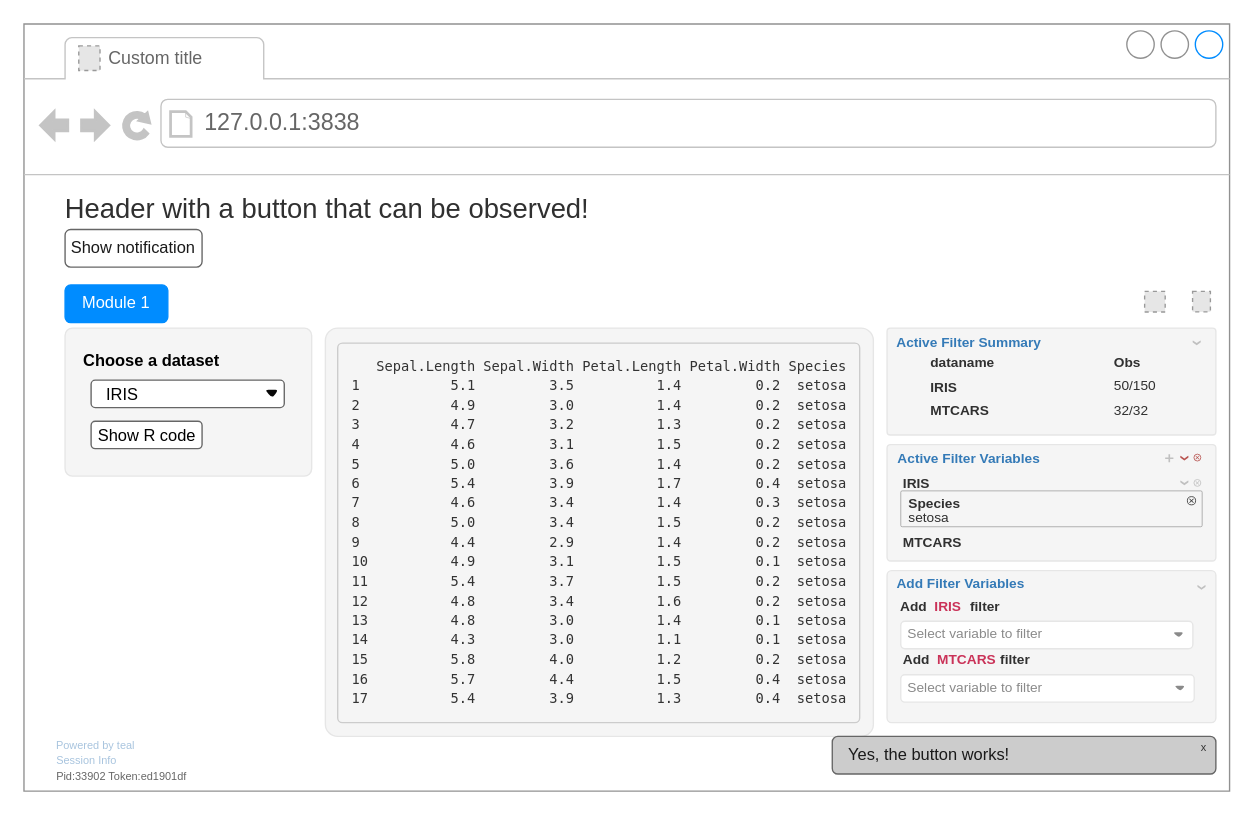
The draw.io diagram inst/design/teal-app-init-with-modifiers.drawio in insightsengineering/teal, before the edit. Source tidied: cells renumbered, new cells numbered last; positions are measured from the earlier drawing's top-left corner, leaving out a move shared by most shapes. Both pictures are drawn from the tidied source at 137%, with x=0, y=0 at pixel (23, 23). Pictures stored in the file or linked from it are replaced by grey dashed boxes.
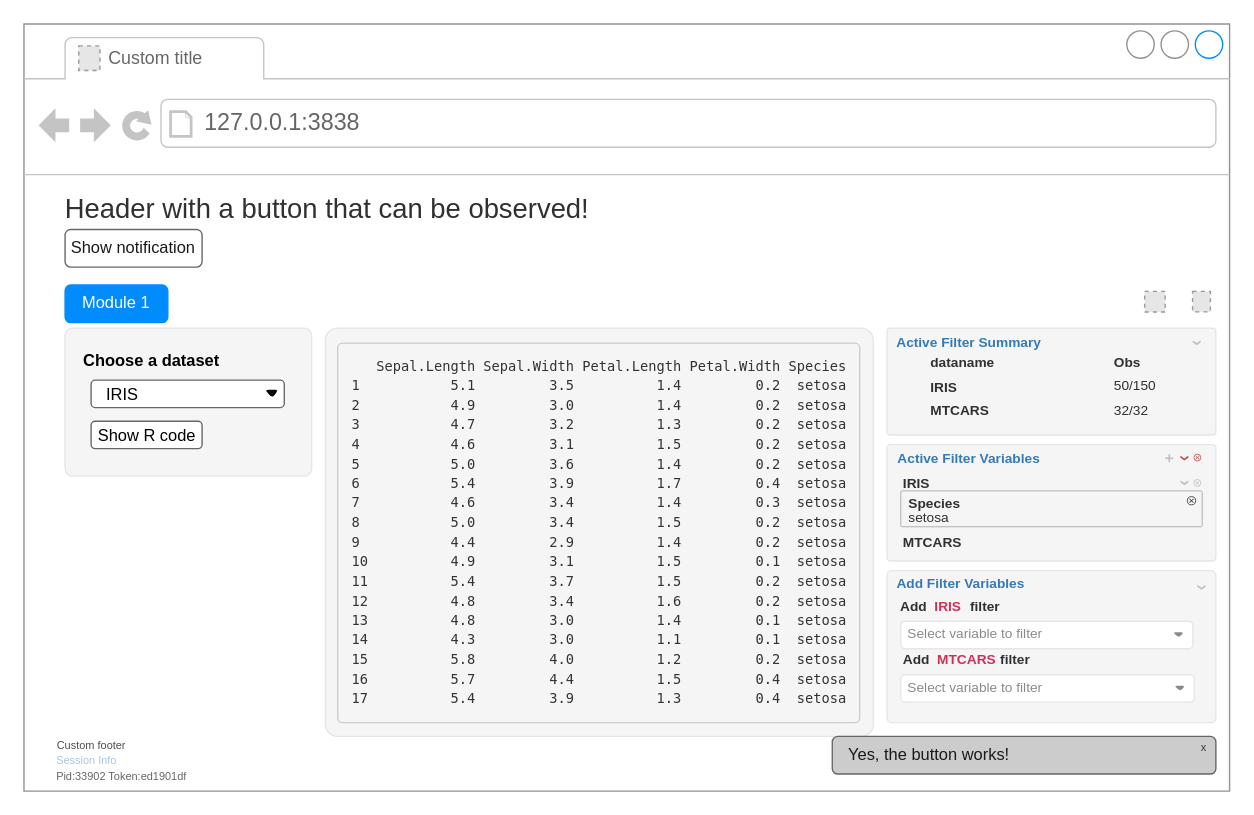
The same page after the edit.

Change to the diagram source:
```diff
@@
-    <mxCell id="48" value="&lt;font style=&quot;font-size: 8px;&quot; color=&quot;#a8c4de&quot;&gt;Powered by teal&lt;/font&gt;" style="text;html=1;strokeColor=none;fillColor=none;align=center;verticalAlign=middle;whiteSpace=wrap;rounded=0;strokeWidth=0.5;fontSize=10;fontColor=#8a8a8a;" parent="1" vertex="1">
-      <mxGeometry x="20" y="520" width="65" height="11" as="geometry" />
+    <mxCell id="48" value="&lt;font style=&quot;font-size: 8px;&quot;&gt;Custom footer&lt;/font&gt;" style="text;html=1;strokeColor=none;fillColor=none;align=center;verticalAlign=middle;whiteSpace=wrap;rounded=0;strokeWidth=0.5;fontSize=10;fontColor=#4D4D4D;" parent="1" vertex="1">
+      <mxGeometry x="17.2" y="520" width="65" height="11" as="geometry" />
     </mxCell>
```
